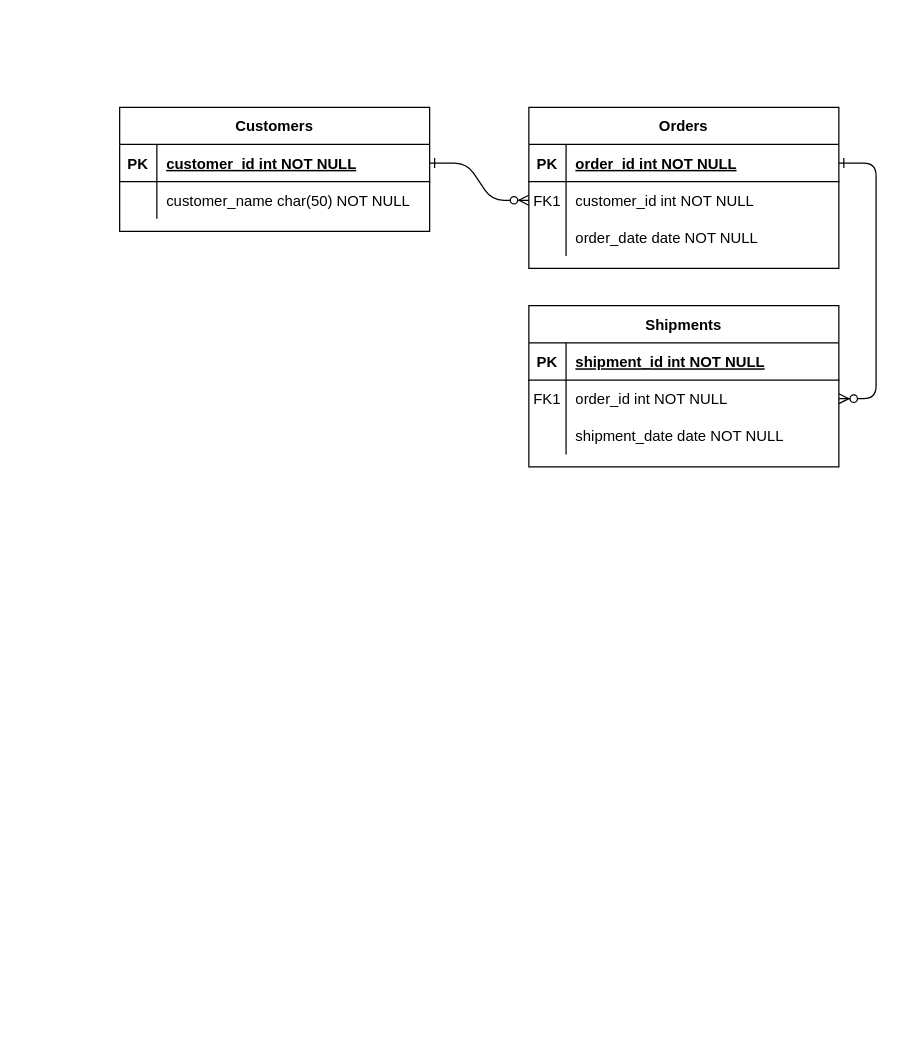
Gerald2023/AimHigh keeps this draw.io diagram as AimHigh_ERD.drawio. Above is the earlier version. Source tidied: cells renumbered, new cells numbered last; positions are measured from the earlier drawing's top-left corner, leaving out a move shared by most shapes. Both pictures are drawn from the tidied source at 124%, with x=0, y=0 at pixel (119, 107).
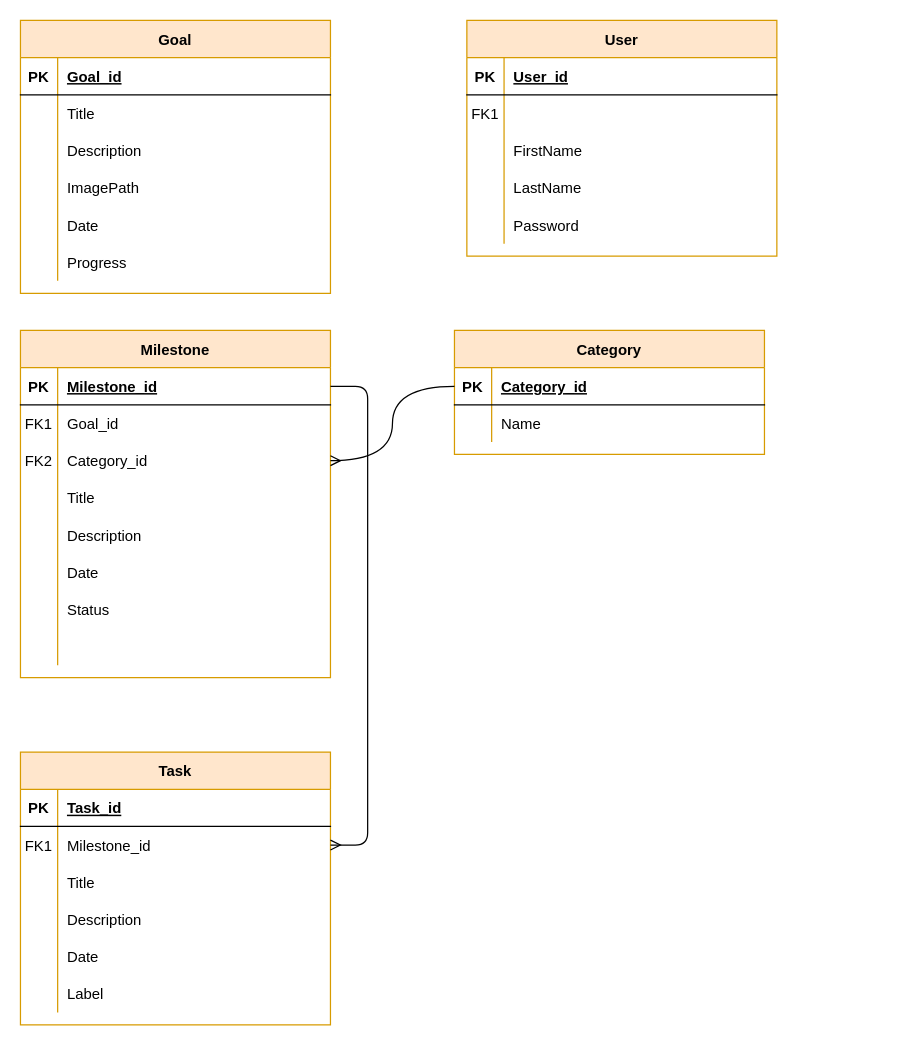
Above is the later version.

Commit message:
Added Milestone, Category, Task, Goal and User entities

The change refers to these unchanged cells:
```xml
<mxCell id="5" style="shape=partialRectangle;fillColor=none;points=[[0,0.5],[1,0.5]];portConstraint=eastwest;top=0;left=0;right=0;bottom=1;" parent="4" vertex="1">
  <mxGeometry y="30" width="250" height="30" as="geometry" />
</mxCell>
<mxCell id="8" style="shape=partialRectangle;fillColor=none;points=[[0,0.5],[1,0.5]];portConstraint=eastwest;top=0;left=0;right=0;bottom=0;" parent="4" vertex="1">
  <mxGeometry y="60" width="250" height="30" as="geometry" />
</mxCell>
<mxCell id="11" style="shape=partialRectangle;fillColor=none;top=0;left=0;right=0;bottom=0;" parent="4" vertex="1">
  <mxGeometry y="90" width="250" height="30" as="geometry" />
</mxCell>
<mxCell id="15" style="shape=partialRectangle;fillColor=none;points=[[0,0.5],[1,0.5]];portConstraint=eastwest;top=0;left=0;right=0;bottom=1;" parent="14" vertex="1">
  <mxGeometry y="30" width="250" height="30" as="geometry" />
</mxCell>
<mxCell id="18" style="shape=partialRectangle;fillColor=none;points=[[0,0.5],[1,0.5]];portConstraint=eastwest;top=0;left=0;right=0;bottom=0;" parent="14" vertex="1">
  <mxGeometry y="60" width="250" height="30" as="geometry" />
</mxCell>
<mxCell id="25" style="shape=partialRectangle;fillColor=none;points=[[0,0.5],[1,0.5]];portConstraint=eastwest;top=0;left=0;right=0;bottom=1;" parent="24" vertex="1">
  <mxGeometry y="30" width="250" height="30" as="geometry" />
</mxCell>
<mxCell id="28" style="shape=partialRectangle;fillColor=none;top=0;left=0;right=0;bottom=0;" parent="24" vertex="1">
  <mxGeometry y="60" width="250" height="30" as="geometry" />
</mxCell>
```

Diff of the diagram source:
```diff
@@
-    <mxCell id="2" style="edgeStyle=entityRelationEdgeStyle;endArrow=ERzeroToMany;startArrow=ERone;endFill=1;startFill=0;" parent="1" edge="1" source="25" target="8">
-      <mxGeometry relative="1" as="geometry" />
-    </mxCell>
-    <mxCell id="3" style="edgeStyle=entityRelationEdgeStyle;endArrow=ERzeroToMany;startArrow=ERone;endFill=1;startFill=0;" parent="1" edge="1" source="5" target="18">
-      <mxGeometry relative="1" as="geometry" />
-    </mxCell>
-    <mxCell id="4" value="Orders" style="shape=table;startSize=30;childLayout=tableLayout;rowLines=0;fontStyle=1;align=center;" parent="1" vertex="1">
-      <mxGeometry x="330" width="250" height="130" as="geometry" />
+    <mxCell id="4" value="User" style="shape=table;startSize=30;childLayout=tableLayout;rowLines=0;fontStyle=1;align=center;fillColor=#ffe6cc;strokeColor=#d79b00;" parent="1" vertex="1">
+      <mxGeometry x="280" y="-70" width="250" height="190" as="geometry" />
     </mxCell>
@@
-    <mxCell id="7" value="order_id int NOT NULL " style="shape=partialRectangle;overflow=hidden;fillColor=none;top=0;left=0;bottom=0;right=0;align=left;spacingLeft=6;fontStyle=5;" parent="5" vertex="1">
+    <mxCell id="7" value="User_id" style="shape=partialRectangle;overflow=hidden;fillColor=none;top=0;left=0;bottom=0;right=0;align=left;spacingLeft=6;fontStyle=5;" parent="5" vertex="1">
       <mxGeometry x="30" width="220" height="30" as="geometry" />
     </mxCell>
@@
-    <mxCell id="10" value="customer_id int NOT NULL" style="shape=partialRectangle;overflow=hidden;fillColor=none;top=0;left=0;bottom=0;right=0;align=left;spacingLeft=6;" parent="8" vertex="1">
+    <mxCell id="10" style="shape=partialRectangle;overflow=hidden;fillColor=none;top=0;left=0;bottom=0;right=0;align=left;spacingLeft=6;" parent="8" vertex="1">
       <mxGeometry x="30" width="220" height="30" as="geometry" />
     </mxCell>
@@
-    <mxCell id="13" value="order_date date NOT NULL" style="shape=partialRectangle;overflow=hidden;fillColor=none;top=0;left=0;bottom=0;right=0;align=left;spacingLeft=6;" parent="11" vertex="1">
+    <mxCell id="13" value="FirstName" style="shape=partialRectangle;overflow=hidden;fillColor=none;top=0;left=0;bottom=0;right=0;align=left;spacingLeft=6;" parent="11" vertex="1">
       <mxGeometry x="30" width="220" height="30" as="geometry" />
     </mxCell>
+    <mxCell id="31" style="shape=partialRectangle;fillColor=none;top=0;left=0;right=0;bottom=0;" parent="4" vertex="1">
+      <mxGeometry y="120" width="250" height="30" as="geometry" />
+    </mxCell>
+    <mxCell id="32" style="shape=partialRectangle;overflow=hidden;fillColor=none;top=0;left=0;bottom=0;right=0;" parent="31" vertex="1">
+      <mxGeometry width="30" height="30" as="geometry" />
+    </mxCell>
+    <mxCell id="33" value="LastName" style="shape=partialRectangle;overflow=hidden;fillColor=none;top=0;left=0;bottom=0;right=0;align=left;spacingLeft=6;" parent="31" vertex="1">
+      <mxGeometry x="30" width="220" height="30" as="geometry" />
+    </mxCell>
+    <mxCell id="34" style="shape=partialRectangle;fillColor=none;top=0;left=0;right=0;bottom=0;" parent="4" vertex="1">
+      <mxGeometry y="150" width="250" height="30" as="geometry" />
+    </mxCell>
+    <mxCell id="35" style="shape=partialRectangle;overflow=hidden;fillColor=none;top=0;left=0;bottom=0;right=0;" parent="34" vertex="1">
+      <mxGeometry width="30" height="30" as="geometry" />
+    </mxCell>
+    <mxCell id="36" value="Password" style="shape=partialRectangle;overflow=hidden;fillColor=none;top=0;left=0;bottom=0;right=0;align=left;spacingLeft=6;" parent="34" vertex="1">
+      <mxGeometry x="30" width="220" height="30" as="geometry" />
+    </mxCell>
-    <mxCell id="14" value="Shipments" style="shape=table;startSize=30;childLayout=tableLayout;rowLines=0;fontStyle=1;align=center;" parent="1" vertex="1">
-      <mxGeometry x="330" y="160" width="250" height="130" as="geometry" />
+    <mxCell id="14" value="Milestone" style="shape=table;startSize=30;childLayout=tableLayout;rowLines=0;fontStyle=1;align=center;fillColor=#ffe6cc;strokeColor=#d79b00;" parent="1" vertex="1">
+      <mxGeometry x="-80" y="180" width="250" height="280" as="geometry" />
     </mxCell>
@@
-    <mxCell id="17" value="shipment_id int NOT NULL " style="shape=partialRectangle;overflow=hidden;fillColor=none;top=0;left=0;bottom=0;right=0;align=left;spacingLeft=6;fontStyle=5;" parent="15" vertex="1">
+    <mxCell id="17" value="Milestone_id" style="shape=partialRectangle;overflow=hidden;fillColor=none;top=0;left=0;bottom=0;right=0;align=left;spacingLeft=6;fontStyle=5;" parent="15" vertex="1">
       <mxGeometry x="30" width="220" height="30" as="geometry" />
     </mxCell>
@@
-    <mxCell id="20" value="order_id int NOT NULL" style="shape=partialRectangle;overflow=hidden;fillColor=none;top=0;left=0;bottom=0;right=0;align=left;spacingLeft=6;" parent="18" vertex="1">
+    <mxCell id="20" value="Goal_id" style="shape=partialRectangle;overflow=hidden;fillColor=none;top=0;left=0;bottom=0;right=0;align=left;spacingLeft=6;" parent="18" vertex="1">
       <mxGeometry x="30" width="220" height="30" as="geometry" />
     </mxCell>
+    <mxCell id="37" style="shape=partialRectangle;fillColor=none;points=[[0,0.5],[1,0.5]];portConstraint=eastwest;top=0;left=0;right=0;bottom=0;" parent="14" vertex="1">
+      <mxGeometry y="90" width="250" height="30" as="geometry" />
+    </mxCell>
+    <mxCell id="38" value="FK2" style="shape=partialRectangle;overflow=hidden;fillColor=none;top=0;left=0;bottom=0;right=0;" parent="37" vertex="1">
+      <mxGeometry width="30" height="30" as="geometry" />
+    </mxCell>
+    <mxCell id="39" value="Category_id" style="shape=partialRectangle;overflow=hidden;fillColor=none;top=0;left=0;bottom=0;right=0;align=left;spacingLeft=6;" parent="37" vertex="1">
+      <mxGeometry x="30" width="220" height="30" as="geometry" />
+    </mxCell>
     <mxCell id="21" style="shape=partialRectangle;fillColor=none;top=0;left=0;right=0;bottom=0;" parent="14" vertex="1">
-      <mxGeometry y="90" width="250" height="30" as="geometry" />
+      <mxGeometry y="120" width="250" height="30" as="geometry" />
     </mxCell>
@@
-    <mxCell id="23" value="shipment_date date NOT NULL" style="shape=partialRectangle;overflow=hidden;fillColor=none;top=0;left=0;bottom=0;right=0;align=left;spacingLeft=6;" parent="21" vertex="1">
+    <mxCell id="23" value="Title" style="shape=partialRectangle;overflow=hidden;fillColor=none;top=0;left=0;bottom=0;right=0;align=left;spacingLeft=6;" parent="21" vertex="1">
       <mxGeometry x="30" width="220" height="30" as="geometry" />
     </mxCell>
+    <mxCell id="40" style="shape=partialRectangle;fillColor=none;top=0;left=0;right=0;bottom=0;" parent="14" vertex="1">
+      <mxGeometry y="150" width="250" height="30" as="geometry" />
+    </mxCell>
+    <mxCell id="41" style="shape=partialRectangle;overflow=hidden;fillColor=none;top=0;left=0;bottom=0;right=0;" parent="40" vertex="1">
+      <mxGeometry width="30" height="30" as="geometry" />
+    </mxCell>
+    <mxCell id="42" value="Description" style="shape=partialRectangle;overflow=hidden;fillColor=none;top=0;left=0;bottom=0;right=0;align=left;spacingLeft=6;" parent="40" vertex="1">
+      <mxGeometry x="30" width="220" height="30" as="geometry" />
+    </mxCell>
+    <mxCell id="43" style="shape=partialRectangle;fillColor=none;top=0;left=0;right=0;bottom=0;" parent="14" vertex="1">
+      <mxGeometry y="180" width="250" height="30" as="geometry" />
+    </mxCell>
+    <mxCell id="44" style="shape=partialRectangle;overflow=hidden;fillColor=none;top=0;left=0;bottom=0;right=0;" parent="43" vertex="1">
+      <mxGeometry width="30" height="30" as="geometry" />
+    </mxCell>
+    <mxCell id="45" value="Date" style="shape=partialRectangle;overflow=hidden;fillColor=none;top=0;left=0;bottom=0;right=0;align=left;spacingLeft=6;" parent="43" vertex="1">
+      <mxGeometry x="30" width="220" height="30" as="geometry" />
+    </mxCell>
+    <mxCell id="46" style="shape=partialRectangle;fillColor=none;top=0;left=0;right=0;bottom=0;" parent="14" vertex="1">
+      <mxGeometry y="210" width="250" height="30" as="geometry" />
+    </mxCell>
+    <mxCell id="47" style="shape=partialRectangle;overflow=hidden;fillColor=none;top=0;left=0;bottom=0;right=0;" parent="46" vertex="1">
+      <mxGeometry width="30" height="30" as="geometry" />
+    </mxCell>
+    <mxCell id="48" value="Status" style="shape=partialRectangle;overflow=hidden;fillColor=none;top=0;left=0;bottom=0;right=0;align=left;spacingLeft=6;" parent="46" vertex="1">
+      <mxGeometry x="30" width="220" height="30" as="geometry" />
+    </mxCell>
+    <mxCell id="49" style="shape=partialRectangle;fillColor=none;top=0;left=0;right=0;bottom=0;" parent="14" vertex="1">
+      <mxGeometry y="240" width="250" height="30" as="geometry" />
+    </mxCell>
+    <mxCell id="50" style="shape=partialRectangle;overflow=hidden;fillColor=none;top=0;left=0;bottom=0;right=0;" parent="49" vertex="1">
+      <mxGeometry width="30" height="30" as="geometry" />
+    </mxCell>
+    <mxCell id="51" style="shape=partialRectangle;overflow=hidden;fillColor=none;top=0;left=0;bottom=0;right=0;align=left;spacingLeft=6;" parent="49" vertex="1">
+      <mxGeometry x="30" width="220" height="30" as="geometry" />
+    </mxCell>
-    <mxCell id="24" value="Customers" style="shape=table;startSize=30;childLayout=tableLayout;rowLines=0;fontStyle=1;align=center;" parent="1" vertex="1">
-      <mxGeometry width="250" height="100" as="geometry" />
+    <mxCell id="24" value="Goal" style="shape=table;startSize=30;childLayout=tableLayout;rowLines=0;fontStyle=1;align=center;fillColor=#ffe6cc;strokeColor=#d79b00;" parent="1" vertex="1">
+      <mxGeometry x="-80" y="-70" width="250" height="220" as="geometry" />
     </mxCell>
@@
-    <mxCell id="27" value="customer_id int NOT NULL " style="shape=partialRectangle;overflow=hidden;fillColor=none;top=0;left=0;bottom=0;right=0;align=left;spacingLeft=6;fontStyle=5;" parent="25" vertex="1">
+    <mxCell id="27" value="Goal_id" style="shape=partialRectangle;overflow=hidden;fillColor=none;top=0;left=0;bottom=0;right=0;align=left;spacingLeft=6;fontStyle=5;" parent="25" vertex="1">
       <mxGeometry x="30" width="220" height="30" as="geometry" />
     </mxCell>
@@
-    <mxCell id="30" value="customer_name char(50) NOT NULL" style="shape=partialRectangle;overflow=hidden;fillColor=none;top=0;left=0;bottom=0;right=0;align=left;spacingLeft=6;" parent="28" vertex="1">
+    <mxCell id="30" value="Title" style="shape=partialRectangle;overflow=hidden;fillColor=none;top=0;left=0;bottom=0;right=0;align=left;spacingLeft=6;" parent="28" vertex="1">
       <mxGeometry x="30" width="220" height="30" as="geometry" />
     </mxCell>
+    <mxCell id="52" style="shape=partialRectangle;fillColor=none;top=0;left=0;right=0;bottom=0;" parent="24" vertex="1">
+      <mxGeometry y="90" width="250" height="30" as="geometry" />
+    </mxCell>
+    <mxCell id="53" style="shape=partialRectangle;overflow=hidden;fillColor=none;top=0;left=0;bottom=0;right=0;" parent="52" vertex="1">
+      <mxGeometry width="30" height="30" as="geometry" />
+    </mxCell>
+    <mxCell id="54" value="Description" style="shape=partialRectangle;overflow=hidden;fillColor=none;top=0;left=0;bottom=0;right=0;align=left;spacingLeft=6;" parent="52" vertex="1">
+      <mxGeometry x="30" width="220" height="30" as="geometry" />
+    </mxCell>
+    <mxCell id="55" style="shape=partialRectangle;fillColor=none;top=0;left=0;right=0;bottom=0;" parent="24" vertex="1">
+      <mxGeometry y="120" width="250" height="30" as="geometry" />
+    </mxCell>
+    <mxCell id="56" style="shape=partialRectangle;overflow=hidden;fillColor=none;top=0;left=0;bottom=0;right=0;" parent="55" vertex="1">
+      <mxGeometry width="30" height="30" as="geometry" />
+    </mxCell>
+    <mxCell id="57" value="ImagePath" style="shape=partialRectangle;overflow=hidden;fillColor=none;top=0;left=0;bottom=0;right=0;align=left;spacingLeft=6;" parent="55" vertex="1">
+      <mxGeometry x="30" width="220" height="30" as="geometry" />
+    </mxCell>
+    <mxCell id="58" style="shape=partialRectangle;fillColor=none;top=0;left=0;right=0;bottom=0;" parent="24" vertex="1">
+      <mxGeometry y="150" width="250" height="30" as="geometry" />
+    </mxCell>
+    <mxCell id="59" style="shape=partialRectangle;overflow=hidden;fillColor=none;top=0;left=0;bottom=0;right=0;" parent="58" vertex="1">
+      <mxGeometry width="30" height="30" as="geometry" />
+    </mxCell>
+    <mxCell id="60" value="Date" style="shape=partialRectangle;overflow=hidden;fillColor=none;top=0;left=0;bottom=0;right=0;align=left;spacingLeft=6;" parent="58" vertex="1">
+      <mxGeometry x="30" width="220" height="30" as="geometry" />
+    </mxCell>
+    <mxCell id="61" style="shape=partialRectangle;fillColor=none;top=0;left=0;right=0;bottom=0;" parent="24" vertex="1">
+      <mxGeometry y="180" width="250" height="30" as="geometry" />
+    </mxCell>
+    <mxCell id="62" style="shape=partialRectangle;overflow=hidden;fillColor=none;top=0;left=0;bottom=0;right=0;" parent="61" vertex="1">
+      <mxGeometry width="30" height="30" as="geometry" />
+    </mxCell>
+    <mxCell id="63" value="Progress" style="shape=partialRectangle;overflow=hidden;fillColor=none;top=0;left=0;bottom=0;right=0;align=left;spacingLeft=6;" parent="61" vertex="1">
+      <mxGeometry x="30" width="220" height="30" as="geometry" />
+    </mxCell>
+    <mxCell id="64" value="Task" style="shape=table;startSize=30;childLayout=tableLayout;rowLines=0;fontStyle=1;align=center;fillColor=#ffe6cc;strokeColor=#d79b00;" parent="1" vertex="1">
+      <mxGeometry x="-80" y="520" width="250" height="220" as="geometry" />
+    </mxCell>
+    <mxCell id="65" style="shape=partialRectangle;fillColor=none;top=0;left=0;right=0;bottom=1;" parent="64" vertex="1">
+      <mxGeometry y="30" width="250" height="30" as="geometry" />
+    </mxCell>
+    <mxCell id="66" value="PK" style="shape=partialRectangle;overflow=hidden;fillColor=none;top=0;left=0;bottom=0;right=0;fontStyle=1;" parent="65" vertex="1">
+      <mxGeometry width="30" height="30" as="geometry" />
+    </mxCell>
+    <mxCell id="67" value="Task_id" style="shape=partialRectangle;overflow=hidden;fillColor=none;top=0;left=0;bottom=0;right=0;align=left;spacingLeft=6;fontStyle=5;" parent="65" vertex="1">
+      <mxGeometry x="30" width="220" height="30" as="geometry" />
+    </mxCell>
+    <mxCell id="68" style="shape=partialRectangle;fillColor=none;points=[[0,0.5],[1,0.5]];portConstraint=eastwest;top=0;left=0;right=0;bottom=0;" parent="64" vertex="1">
+      <mxGeometry y="60" width="250" height="30" as="geometry" />
+    </mxCell>
+    <mxCell id="69" value="FK1" style="shape=partialRectangle;overflow=hidden;fillColor=none;top=0;left=0;bottom=0;right=0;" parent="68" vertex="1">
+      <mxGeometry width="30" height="30" as="geometry" />
+    </mxCell>
+    <mxCell id="70" value="Milestone_id" style="shape=partialRectangle;overflow=hidden;fillColor=none;top=0;left=0;bottom=0;right=0;align=left;spacingLeft=6;" parent="68" vertex="1">
+      <mxGeometry x="30" width="220" height="30" as="geometry" />
+    </mxCell>
+    <mxCell id="71" style="shape=partialRectangle;fillColor=none;top=0;left=0;right=0;bottom=0;" parent="64" vertex="1">
+      <mxGeometry y="90" width="250" height="30" as="geometry" />
+    </mxCell>
+    <mxCell id="72" style="shape=partialRectangle;overflow=hidden;fillColor=none;top=0;left=0;bottom=0;right=0;" parent="71" vertex="1">
+      <mxGeometry width="30" height="30" as="geometry" />
+    </mxCell>
+    <mxCell id="73" value="Title" style="shape=partialRectangle;overflow=hidden;fillColor=none;top=0;left=0;bottom=0;right=0;align=left;spacingLeft=6;" parent="71" vertex="1">
+      <mxGeometry x="30" width="220" height="30" as="geometry" />
+    </mxCell>
+    <mxCell id="74" style="shape=partialRectangle;fillColor=none;top=0;left=0;right=0;bottom=0;" parent="64" vertex="1">
+      <mxGeometry y="120" width="250" height="30" as="geometry" />
+    </mxCell>
+    <mxCell id="75" style="shape=partialRectangle;overflow=hidden;fillColor=none;top=0;left=0;bottom=0;right=0;" parent="74" vertex="1">
+      <mxGeometry width="30" height="30" as="geometry" />
+    </mxCell>
+    <mxCell id="76" value="Description" style="shape=partialRectangle;overflow=hidden;fillColor=none;top=0;left=0;bottom=0;right=0;align=left;spacingLeft=6;" parent="74" vertex="1">
+      <mxGeometry x="30" width="220" height="30" as="geometry" />
+    </mxCell>
+    <mxCell id="77" style="shape=partialRectangle;fillColor=none;top=0;left=0;right=0;bottom=0;" parent="64" vertex="1">
+      <mxGeometry y="150" width="250" height="30" as="geometry" />
+    </mxCell>
+    <mxCell id="78" style="shape=partialRectangle;overflow=hidden;fillColor=none;top=0;left=0;bottom=0;right=0;" parent="77" vertex="1">
+      <mxGeometry width="30" height="30" as="geometry" />
+    </mxCell>
+    <mxCell id="79" value="Date" style="shape=partialRectangle;overflow=hidden;fillColor=none;top=0;left=0;bottom=0;right=0;align=left;spacingLeft=6;" parent="77" vertex="1">
+      <mxGeometry x="30" width="220" height="30" as="geometry" />
+    </mxCell>
+    <mxCell id="80" style="shape=partialRectangle;fillColor=none;top=0;left=0;right=0;bottom=0;" parent="64" vertex="1">
+      <mxGeometry y="180" width="250" height="30" as="geometry" />
+    </mxCell>
+    <mxCell id="81" style="shape=partialRectangle;overflow=hidden;fillColor=none;top=0;left=0;bottom=0;right=0;" parent="80" vertex="1">
+      <mxGeometry width="30" height="30" as="geometry" />
+    </mxCell>
+    <mxCell id="82" value="Label" style="shape=partialRectangle;overflow=hidden;fillColor=none;top=0;left=0;bottom=0;right=0;align=left;spacingLeft=6;" parent="80" vertex="1">
+      <mxGeometry x="30" width="220" height="30" as="geometry" />
+    </mxCell>
+    <mxCell id="83" value="Category" style="shape=table;startSize=30;childLayout=tableLayout;rowLines=0;fontStyle=1;align=center;fillColor=#ffe6cc;strokeColor=#d79b00;" parent="1" vertex="1">
+      <mxGeometry x="270" y="180" width="250" height="100" as="geometry" />
+    </mxCell>
+    <mxCell id="84" style="shape=partialRectangle;fillColor=none;points=[[0,0.5],[1,0.5]];portConstraint=eastwest;top=0;left=0;right=0;bottom=1;" parent="83" vertex="1">
+      <mxGeometry y="30" width="250" height="30" as="geometry" />
+    </mxCell>
+    <mxCell id="85" value="PK" style="shape=partialRectangle;overflow=hidden;fillColor=none;top=0;left=0;bottom=0;right=0;fontStyle=1;" parent="84" vertex="1">
+      <mxGeometry width="30" height="30" as="geometry" />
+    </mxCell>
+    <mxCell id="86" value="Category_id" style="shape=partialRectangle;overflow=hidden;fillColor=none;top=0;left=0;bottom=0;right=0;align=left;spacingLeft=6;fontStyle=5;" parent="84" vertex="1">
+      <mxGeometry x="30" width="220" height="30" as="geometry" />
+    </mxCell>
+    <mxCell id="87" style="shape=partialRectangle;fillColor=none;top=0;left=0;right=0;bottom=0;" parent="83" vertex="1">
+      <mxGeometry y="60" width="250" height="30" as="geometry" />
+    </mxCell>
+    <mxCell id="88" style="shape=partialRectangle;overflow=hidden;fillColor=none;top=0;left=0;bottom=0;right=0;" parent="87" vertex="1">
+      <mxGeometry width="30" height="30" as="geometry" />
+    </mxCell>
+    <mxCell id="89" value="Name" style="shape=partialRectangle;overflow=hidden;fillColor=none;top=0;left=0;bottom=0;right=0;align=left;spacingLeft=6;" parent="87" vertex="1">
+      <mxGeometry x="30" width="220" height="30" as="geometry" />
+    </mxCell>
+    <mxCell id="90" style="edgeStyle=orthogonalEdgeStyle;fontSize=12;html=1;endArrow=ERmany;rounded=0;curved=1;entryX=1;entryY=0.5;entryDx=0;entryDy=0;exitX=0;exitY=0.5;exitDx=0;exitDy=0;" parent="1" edge="1" source="84" target="37">
+      <mxGeometry relative="1" as="geometry" />
+    </mxCell>
+    <mxCell id="91" style="edgeStyle=entityRelationEdgeStyle;fontSize=12;html=1;endArrow=ERmany;rounded=1;flowAnimation=0;exitX=1;exitY=0.5;exitDx=0;exitDy=0;entryX=1;entryY=0.5;entryDx=0;entryDy=0;" parent="1" edge="1" source="15" target="68">
+      <mxGeometry relative="1" as="geometry">
+        <Array as="points">
+          <mxPoint x="-120" y="400" />
+        </Array>
+      </mxGeometry>
+    </mxCell>
```
